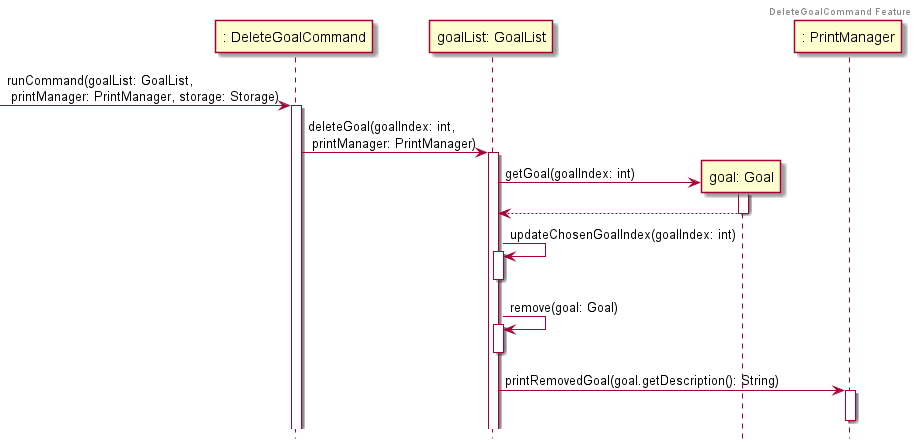
Above: docs/Diagram_Images/Implementation_Diagram_Images/DeleteGoalCommandSequenceDiagram.png in nus-cs2113-AY2122S1/tp (PlantUML), before the change. Its diagram source:
```plantuml
@startuml

!include Style.puml

header DeleteGoalCommand Feature

-> ": DeleteGoalCommand": runCommand(goalList: GoalList,\n printManager: PrintManager, storage: Storage)
activate ": DeleteGoalCommand"

": DeleteGoalCommand" -> "goalList: GoalList": deleteGoal(goalIndex: int,\n printManager: PrintManager)
activate "goalList: GoalList"

create "goal: Goal"
"goalList: GoalList" -> "goal: Goal": getGoal(goalIndex: int)
activate "goal: Goal"
return

"goalList: GoalList" -> "goalList: GoalList": updateChosenGoalIndex(goalIndex: int)
activate "goalList: GoalList"
deactivate "goalList: GoalList"

"goalList: GoalList" -> "goalList: GoalList": remove(goal: Goal)
activate "goalList: GoalList"
deactivate "goalList: GoalList"

"goalList: GoalList" -> ": PrintManager": printRemovedGoal(goal.getDescription(): String)
activate ": PrintManager"
deactivate ": PrintManager"

@enduml
```
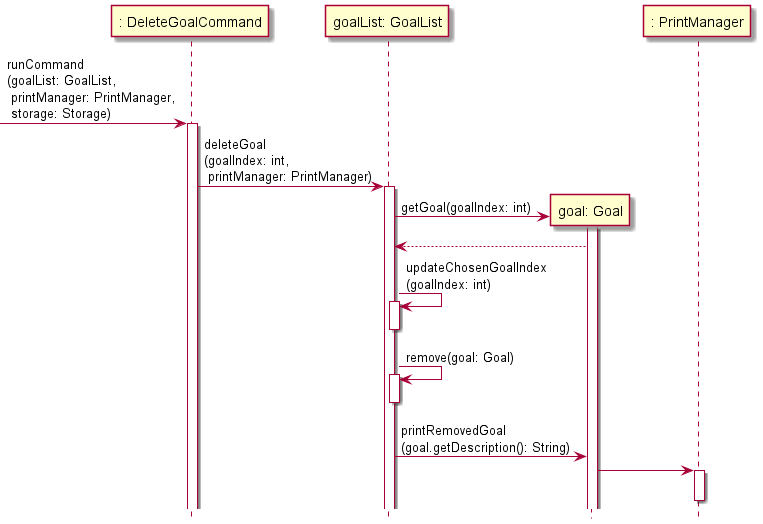
The same file after the commit.

Diff of the diagram source:
```diff
@@ -2,20 +2,19 @@
 
 !include Style.puml
 
-header DeleteGoalCommand Feature
-
--> ": DeleteGoalCommand": runCommand(goalList: GoalList,\n printManager: PrintManager, storage: Storage)
+-> ": DeleteGoalCommand": runCommand\n(goalList: GoalList,\n printManager: PrintManager,\n storage: Storage)
 activate ": DeleteGoalCommand"
 
-": DeleteGoalCommand" -> "goalList: GoalList": deleteGoal(goalIndex: int,\n printManager: PrintManager)
+": DeleteGoalCommand" -> "goalList: GoalList": deleteGoal\n(goalIndex: int,\n printManager: PrintManager)
 activate "goalList: GoalList"
 
 create "goal: Goal"
 "goalList: GoalList" -> "goal: Goal": getGoal(goalIndex: int)
 activate "goal: Goal"
-return
+"goalList: GoalList" <-- "goal: Goal"
 
-"goalList: GoalList" -> "goalList: GoalList": updateChosenGoalIndex(goalIndex: int)
+
+"goalList: GoalList" -> "goalList: GoalList": updateChosenGoalIndex\n(goalIndex: int)
 activate "goalList: GoalList"
 deactivate "goalList: GoalList"
 
@@ -23,7 +22,9 @@
 activate "goalList: GoalList"
 deactivate "goalList: GoalList"
 
-"goalList: GoalList" -> ": PrintManager": printRemovedGoal(goal.getDescription(): String)
+"goalList: GoalList" -> "goal: Goal": printRemovedGoal\n(goal.getDescription(): String)
+
+"goal: Goal" -> ": PrintManager"
 activate ": PrintManager"
 deactivate ": PrintManager"
 
```
